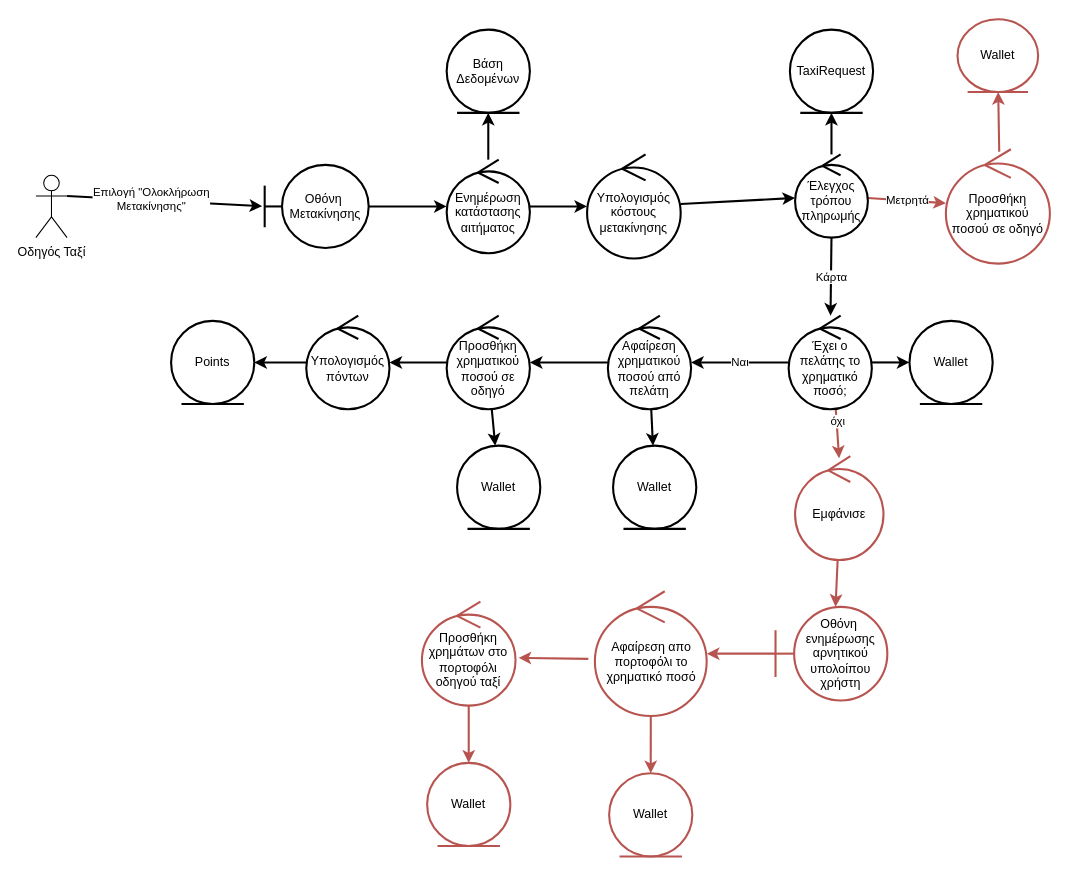
The draw.io diagram Part_2/Robustness/diagrams/10_Αποβίβαση_από_Ταξί.drawio in Nikolis2002/texnoligia_logismikou, before the edit. Source tidied: cells renumbered, new cells numbered last; positions are measured from the earlier drawing's top-left corner, leaving out a move shared by most shapes. Both pictures are drawn from the tidied source at 104%, with x=0, y=0 at pixel (35, 19).
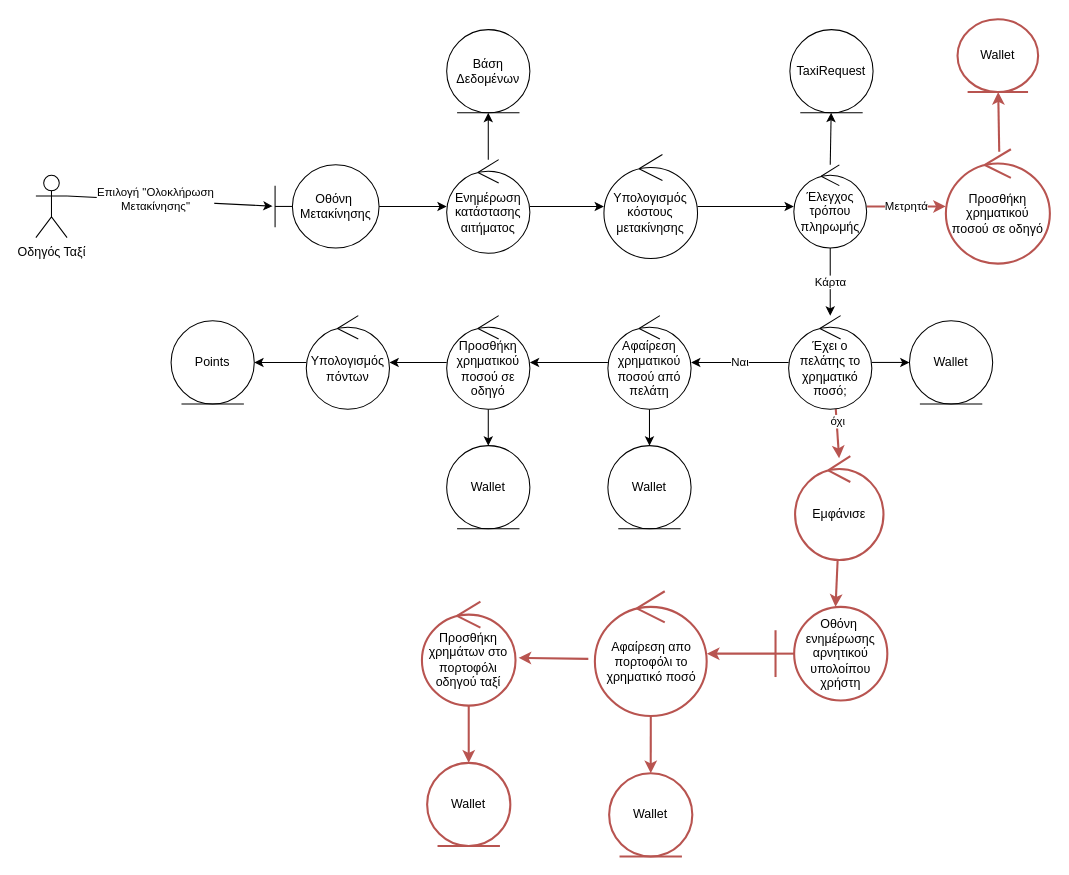
The same diagram, later.

Unchanged cells that the change refers to:
```xml
<mxCell id="4" value="Οδηγός Ταξί" style="shape=umlActor;verticalLabelPosition=bottom;verticalAlign=top;html=1;" parent="1" vertex="1">
  <mxGeometry y="150" width="30" height="60" as="geometry" />
</mxCell>
```

What changed in the source:
```diff
@@
-    <mxCell id="2" style="edgeStyle=none;html=1;exitX=1;exitY=0.3333333333333333;exitDx=0;exitDy=0;exitPerimeter=0;entryX=-0.024;entryY=0.497;entryDx=0;entryDy=0;entryPerimeter=0;strokeWidth=2;" parent="1" edge="1" source="4" target="6">
+    <mxCell id="2" style="edgeStyle=none;html=1;exitX=1;exitY=0.3333333333333333;exitDx=0;exitDy=0;exitPerimeter=0;entryX=-0.024;entryY=0.497;entryDx=0;entryDy=0;entryPerimeter=0;strokeWidth=1;" parent="1" edge="1" source="4" target="6">
       <mxGeometry relative="1" as="geometry" />
     </mxCell>
@@
-    <mxCell id="5" style="edgeStyle=none;html=1;strokeWidth=2;" parent="1" edge="1" source="6" target="9">
+    <mxCell id="5" style="edgeStyle=none;html=1;strokeWidth=1;" parent="1" edge="1" source="6" target="9">
       <mxGeometry relative="1" as="geometry" />
     </mxCell>
-    <mxCell id="6" value="Οθόνη&amp;nbsp; Μετακίνησης" style="shape=umlBoundary;whiteSpace=wrap;html=1;strokeWidth=2;" parent="1" vertex="1">
-      <mxGeometry x="220" y="140" width="100" height="80" as="geometry" />
+    <mxCell id="6" value="Οθόνη&amp;nbsp; Μετακίνησης" style="shape=umlBoundary;whiteSpace=wrap;html=1;strokeWidth=1;" parent="1" vertex="1">
+      <mxGeometry x="230" y="140" width="100" height="80" as="geometry" />
     </mxCell>
-    <mxCell id="7" style="edgeStyle=none;html=1;strokeWidth=2;" parent="1" edge="1" source="9" target="10">
+    <mxCell id="7" style="edgeStyle=none;html=1;strokeWidth=1;" parent="1" edge="1" source="9" target="10">
       <mxGeometry relative="1" as="geometry" />
     </mxCell>
-    <mxCell id="8" style="edgeStyle=none;html=1;strokeWidth=2;" parent="1" edge="1" source="9" target="12">
+    <mxCell id="8" style="edgeStyle=none;html=1;strokeWidth=1;" parent="1" edge="1" source="9" target="12">
       <mxGeometry relative="1" as="geometry" />
     </mxCell>
-    <mxCell id="9" value="Ενημέρωση κατάστασης αιτήματος" style="ellipse;shape=umlControl;whiteSpace=wrap;html=1;strokeWidth=2;" parent="1" vertex="1">
+    <mxCell id="9" value="Ενημέρωση κατάστασης αιτήματος" style="ellipse;shape=umlControl;whiteSpace=wrap;html=1;strokeWidth=1;" parent="1" vertex="1">
       <mxGeometry x="395" y="135" width="80" height="90" as="geometry" />
     </mxCell>
-    <mxCell id="10" value="Βάση Δεδομένων" style="ellipse;shape=umlEntity;whiteSpace=wrap;html=1;strokeWidth=2;" parent="1" vertex="1">
+    <mxCell id="10" value="Βάση Δεδομένων" style="ellipse;shape=umlEntity;whiteSpace=wrap;html=1;strokeWidth=1;" parent="1" vertex="1">
       <mxGeometry x="395" y="10" width="80" height="80" as="geometry" />
     </mxCell>
-    <mxCell id="11" style="edgeStyle=none;html=1;strokeWidth=2;" parent="1" edge="1" source="12" target="16">
+    <mxCell id="11" style="edgeStyle=none;html=1;strokeWidth=1;" parent="1" edge="1" source="12" target="16">
       <mxGeometry relative="1" as="geometry" />
     </mxCell>
-    <mxCell id="12" value="Υπολογισμός κόστους μετακίνησης" style="ellipse;shape=umlControl;whiteSpace=wrap;html=1;strokeWidth=2;" parent="1" vertex="1">
-      <mxGeometry x="530" y="130" width="90" height="100" as="geometry" />
+    <mxCell id="12" value="Υπολογισμός κόστους μετακίνησης" style="ellipse;shape=umlControl;whiteSpace=wrap;html=1;strokeWidth=1;" parent="1" vertex="1">
+      <mxGeometry x="546.2" y="130" width="90" height="100" as="geometry" />
     </mxCell>
-    <mxCell id="13" style="edgeStyle=none;html=1;strokeWidth=2;" parent="1" edge="1" source="16" target="17">
+    <mxCell id="13" style="edgeStyle=none;html=1;strokeWidth=1;" parent="1" edge="1" source="16" target="17">
       <mxGeometry relative="1" as="geometry" />
     </mxCell>
-    <mxCell id="14" value="Κάρτα" style="edgeStyle=none;html=1;strokeWidth=2;" parent="1" edge="1" source="16" target="22">
+    <mxCell id="14" value="Κάρτα" style="edgeStyle=none;html=1;strokeWidth=1;" parent="1" edge="1" source="16" target="22">
       <mxGeometry relative="1" as="geometry" />
     </mxCell>
@@
-    <mxCell id="16" value="Έλεγχος τρόπου πληρωμής" style="ellipse;shape=umlControl;whiteSpace=wrap;html=1;strokeWidth=2;" parent="1" vertex="1">
-      <mxGeometry x="730" y="130" width="70" height="80" as="geometry" />
+    <mxCell id="16" value="Έλεγχος τρόπου πληρωμής" style="ellipse;shape=umlControl;whiteSpace=wrap;html=1;strokeWidth=1;" parent="1" vertex="1">
+      <mxGeometry x="728.8" y="140" width="70" height="80" as="geometry" />
     </mxCell>
-    <mxCell id="17" value="TaxiRequest" style="ellipse;shape=umlEntity;whiteSpace=wrap;html=1;strokeWidth=2;" parent="1" vertex="1">
+    <mxCell id="17" value="TaxiRequest" style="ellipse;shape=umlEntity;whiteSpace=wrap;html=1;strokeWidth=1;" parent="1" vertex="1">
       <mxGeometry x="725" y="10" width="80" height="80" as="geometry" />
     </mxCell>
-    <mxCell id="18" style="edgeStyle=none;html=1;strokeWidth=2;" parent="1" edge="1" source="22" target="23">
+    <mxCell id="18" style="edgeStyle=none;html=1;strokeWidth=1;" parent="1" edge="1" source="22" target="23">
       <mxGeometry relative="1" as="geometry" />
     </mxCell>
-    <mxCell id="19" value="Ναι" style="edgeStyle=none;html=1;strokeWidth=2;" parent="1" edge="1" source="22" target="26">
+    <mxCell id="19" value="Ναι" style="edgeStyle=none;html=1;strokeWidth=1;" parent="1" edge="1" source="22" target="26">
       <mxGeometry relative="1" as="geometry" />
     </mxCell>
@@
-    <mxCell id="22" value="Έχει ο πελάτης το χρηματικό ποσό;" style="ellipse;shape=umlControl;whiteSpace=wrap;html=1;strokeWidth=2;" parent="1" vertex="1">
+    <mxCell id="22" value="Έχει ο πελάτης το χρηματικό ποσό;" style="ellipse;shape=umlControl;whiteSpace=wrap;html=1;strokeWidth=1;" parent="1" vertex="1">
       <mxGeometry x="723.8" y="285" width="80" height="90" as="geometry" />
     </mxCell>
-    <mxCell id="23" value="Wallet" style="ellipse;shape=umlEntity;whiteSpace=wrap;html=1;strokeWidth=2;" parent="1" vertex="1">
+    <mxCell id="23" value="Wallet" style="ellipse;shape=umlEntity;whiteSpace=wrap;html=1;strokeWidth=1;" parent="1" vertex="1">
       <mxGeometry x="840" y="290" width="80" height="80" as="geometry" />
     </mxCell>
-    <mxCell id="24" style="edgeStyle=none;html=1;strokeWidth=2;" parent="1" edge="1" source="26" target="27">
+    <mxCell id="24" style="edgeStyle=none;html=1;strokeWidth=1;" parent="1" edge="1" source="26" target="27">
       <mxGeometry relative="1" as="geometry" />
     </mxCell>
-    <mxCell id="25" style="edgeStyle=none;html=1;strokeWidth=2;" parent="1" edge="1" source="26" target="30">
+    <mxCell id="25" style="edgeStyle=none;html=1;strokeWidth=1;" parent="1" edge="1" source="26" target="30">
       <mxGeometry relative="1" as="geometry" />
     </mxCell>
-    <mxCell id="26" value="Αφαίρεση χρηματικού ποσού από πελάτη" style="ellipse;shape=umlControl;whiteSpace=wrap;html=1;strokeWidth=2;" parent="1" vertex="1">
+    <mxCell id="26" value="Αφαίρεση χρηματικού ποσού από πελάτη" style="ellipse;shape=umlControl;whiteSpace=wrap;html=1;strokeWidth=1;" parent="1" vertex="1">
       <mxGeometry x="550" y="285" width="80" height="90" as="geometry" />
     </mxCell>
-    <mxCell id="27" value="Wallet" style="ellipse;shape=umlEntity;whiteSpace=wrap;html=1;strokeWidth=2;" parent="1" vertex="1">
-      <mxGeometry x="555" y="410" width="80" height="80" as="geometry" />
+    <mxCell id="27" value="Wallet" style="ellipse;shape=umlEntity;whiteSpace=wrap;html=1;strokeWidth=1;" parent="1" vertex="1">
+      <mxGeometry x="550" y="410" width="80" height="80" as="geometry" />
     </mxCell>
-    <mxCell id="28" style="edgeStyle=none;html=1;strokeWidth=2;" parent="1" edge="1" source="30" target="31">
+    <mxCell id="28" style="edgeStyle=none;html=1;strokeWidth=1;" parent="1" edge="1" source="30" target="31">
       <mxGeometry relative="1" as="geometry" />
     </mxCell>
-    <mxCell id="29" style="edgeStyle=none;html=1;strokeWidth=2;" parent="1" edge="1" source="30" target="33">
+    <mxCell id="29" style="edgeStyle=none;html=1;strokeWidth=1;" parent="1" edge="1" source="30" target="33">
       <mxGeometry relative="1" as="geometry" />
     </mxCell>
-    <mxCell id="30" value="Προσθήκη χρηματικού ποσού σε οδηγό" style="ellipse;shape=umlControl;whiteSpace=wrap;html=1;strokeWidth=2;" parent="1" vertex="1">
+    <mxCell id="30" value="Προσθήκη χρηματικού ποσού σε οδηγό" style="ellipse;shape=umlControl;whiteSpace=wrap;html=1;strokeWidth=1;" parent="1" vertex="1">
       <mxGeometry x="395" y="285" width="80" height="90" as="geometry" />
     </mxCell>
-    <mxCell id="31" value="Wallet" style="ellipse;shape=umlEntity;whiteSpace=wrap;html=1;strokeWidth=2;" parent="1" vertex="1">
-      <mxGeometry x="405" y="410" width="80" height="80" as="geometry" />
+    <mxCell id="31" value="Wallet" style="ellipse;shape=umlEntity;whiteSpace=wrap;html=1;strokeWidth=1;" parent="1" vertex="1">
+      <mxGeometry x="395" y="410" width="80" height="80" as="geometry" />
     </mxCell>
-    <mxCell id="32" style="edgeStyle=none;html=1;strokeWidth=2;" parent="1" edge="1" source="33" target="34">
+    <mxCell id="32" style="edgeStyle=none;html=1;strokeWidth=1;" parent="1" edge="1" source="33" target="34">
       <mxGeometry relative="1" as="geometry" />
     </mxCell>
-    <mxCell id="33" value="Υπολογισμός πόντων" style="ellipse;shape=umlControl;whiteSpace=wrap;html=1;strokeWidth=2;" parent="1" vertex="1">
+    <mxCell id="33" value="Υπολογισμός πόντων" style="ellipse;shape=umlControl;whiteSpace=wrap;html=1;strokeWidth=1;" parent="1" vertex="1">
       <mxGeometry x="260" y="285" width="80" height="90" as="geometry" />
     </mxCell>
-    <mxCell id="34" value="Points" style="ellipse;shape=umlEntity;whiteSpace=wrap;html=1;strokeWidth=2;" parent="1" vertex="1">
+    <mxCell id="34" value="Points" style="ellipse;shape=umlEntity;whiteSpace=wrap;html=1;strokeWidth=1;" parent="1" vertex="1">
       <mxGeometry x="130" y="290" width="80" height="80" as="geometry" />
     </mxCell>
```
